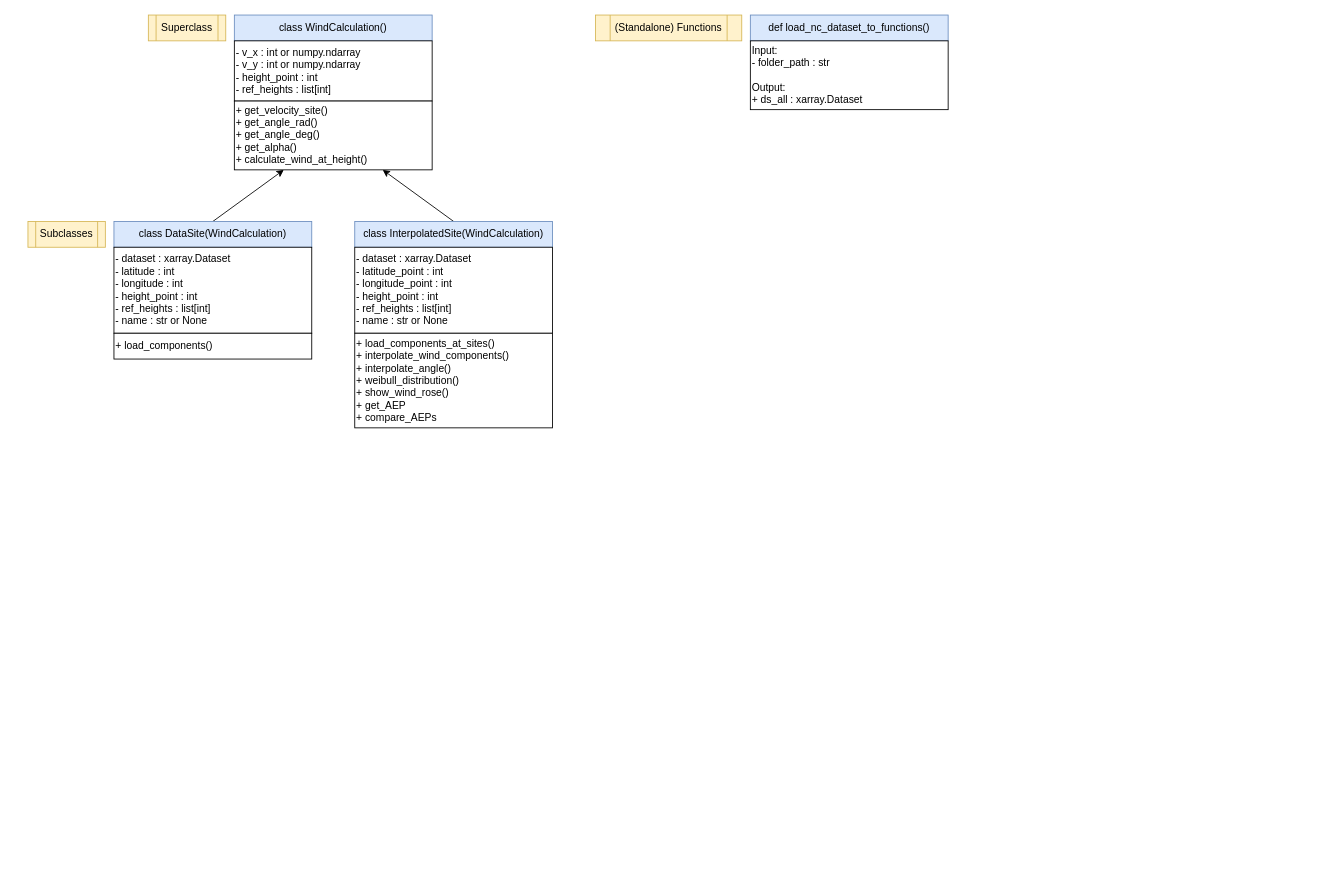
Above: FunctionDiagram.drawio in DTUWindEducation/final-project-grustlers (draw.io), before the change. Source tidied: cells renumbered, new cells numbered last; positions are measured from the earlier drawing's top-left corner, leaving out a move shared by most shapes. Both pictures are drawn from the tidied source at 86%, with x=0, y=0 at pixel (28, 15).
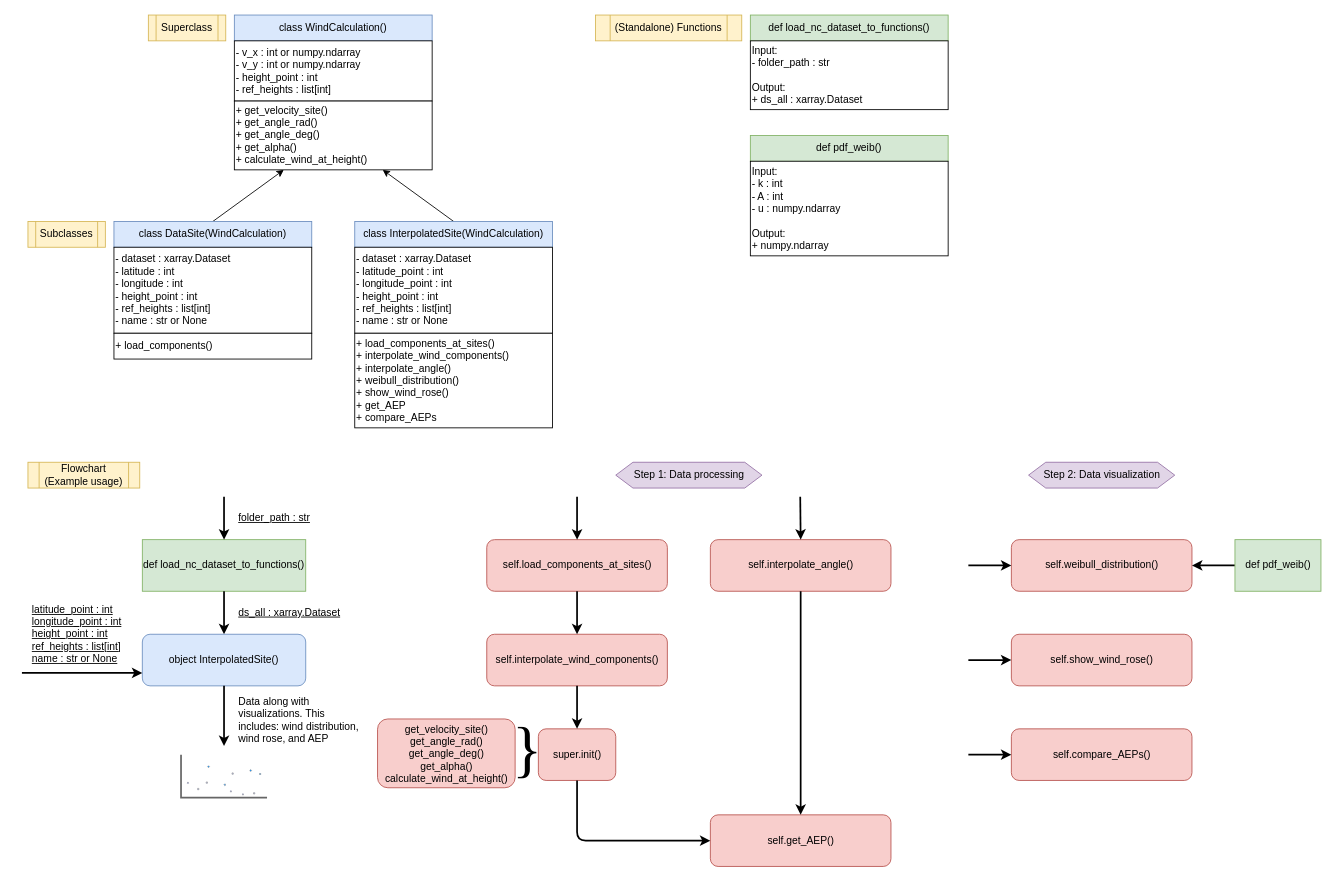
After the change.

Commit message:
Started on the example usage flowchart

Change to the diagram source:
```diff
@@
-    <mxCell id="16" value="def load_nc_dataset_to_functions()" style="rounded=0;whiteSpace=wrap;html=1;fillColor=#dae8fc;strokeColor=#6c8ebf;" parent="1" vertex="1">
+    <mxCell id="16" value="def load_nc_dataset_to_functions()" style="rounded=0;whiteSpace=wrap;html=1;fillColor=#d5e8d4;strokeColor=#82b366;" parent="1" vertex="1">
       <mxGeometry x="840" width="230" height="30" as="geometry" />
     </mxCell>
@@
+    <mxCell id="18" value="def pdf_weib()" style="rounded=0;whiteSpace=wrap;html=1;fillColor=#d5e8d4;strokeColor=#82b366;" parent="1" vertex="1">
+      <mxGeometry x="840" y="140" width="230" height="30" as="geometry" />
+    </mxCell>
+    <mxCell id="19" value="&lt;div&gt;Input:&lt;/div&gt;- k : int&lt;div&gt;&lt;font color=&quot;#000000&quot;&gt;- A : int&lt;/font&gt;&lt;/div&gt;&lt;div&gt;&lt;font color=&quot;#000000&quot;&gt;- u : numpy.ndarray&lt;br&gt;&lt;/font&gt;&lt;div&gt;&lt;br&gt;&lt;/div&gt;&lt;div&gt;Output:&lt;/div&gt;&lt;div&gt;+&amp;nbsp;&lt;span style=&quot;color: rgb(0, 0, 0); background-color: transparent;&quot;&gt;numpy.ndarray&lt;/span&gt;&lt;/div&gt;&lt;/div&gt;" style="rounded=0;whiteSpace=wrap;html=1;align=left;" parent="1" vertex="1">
+      <mxGeometry x="840" y="170" width="230" height="110" as="geometry" />
+    </mxCell>
+    <mxCell id="20" value="Flowchart (Example usage)" style="shape=process;whiteSpace=wrap;html=1;backgroundOutline=1;fillColor=#fff2cc;strokeColor=#d6b656;" parent="1" vertex="1">
+      <mxGeometry y="520" width="130" height="30" as="geometry" />
+    </mxCell>
+    <mxCell id="21" value="def load_nc_dataset_to_functions()" style="rounded=0;whiteSpace=wrap;html=1;fillColor=#d5e8d4;strokeColor=#82b366;" parent="1" vertex="1">
+      <mxGeometry x="133" y="610" width="190" height="60" as="geometry" />
+    </mxCell>
+    <mxCell id="22" style="endArrow=classic;html=1;entryX=0.5;entryY=0;entryDx=0;entryDy=0;strokeWidth=2;" parent="1" edge="1" target="21">
+      <mxGeometry relative="1" as="geometry">
+        <mxPoint x="228" y="560" as="sourcePoint" />
+      </mxGeometry>
+    </mxCell>
+    <mxCell id="23" value="&lt;u&gt;folder_path : str&lt;/u&gt;" style="text;html=1;align=left;verticalAlign=middle;whiteSpace=wrap;rounded=0;" parent="1" vertex="1">
+      <mxGeometry x="243" y="570" width="150" height="30" as="geometry" />
+    </mxCell>
+    <mxCell id="24" style="endArrow=classic;html=1;entryX=0.5;entryY=0;entryDx=0;entryDy=0;strokeWidth=2;exitX=0.5;exitY=1;exitDx=0;exitDy=0;" parent="1" edge="1" source="21" target="26">
+      <mxGeometry relative="1" as="geometry" />
+    </mxCell>
+    <mxCell id="25" value="&lt;u&gt;ds_all : xarray.Dataset&lt;/u&gt;" style="text;html=1;align=left;verticalAlign=middle;whiteSpace=wrap;rounded=0;" parent="1" vertex="1">
+      <mxGeometry x="243" y="680" width="150" height="30" as="geometry" />
+    </mxCell>
+    <mxCell id="26" value="object InterpolatedSite()" style="rounded=1;whiteSpace=wrap;html=1;fillColor=#dae8fc;strokeColor=#6c8ebf;" parent="1" vertex="1">
+      <mxGeometry x="133" y="720" width="190" height="60" as="geometry" />
+    </mxCell>
+    <mxCell id="27" style="endArrow=classic;html=1;entryX=0;entryY=0.75;entryDx=0;entryDy=0;strokeWidth=2;" parent="1" edge="1" target="26">
+      <mxGeometry relative="1" as="geometry">
+        <mxPoint x="-7" y="765" as="sourcePoint" />
+      </mxGeometry>
+    </mxCell>
+    <mxCell id="28" value="&lt;div style=&quot;&quot;&gt;&lt;u&gt;latitude_point : int&lt;/u&gt;&lt;/div&gt;&lt;div style=&quot;&quot;&gt;&lt;u&gt;longitude_point : int&lt;/u&gt;&lt;/div&gt;&lt;span style=&quot;background-color: transparent;&quot;&gt;&lt;u&gt;height_point : int&lt;/u&gt;&lt;/span&gt;&lt;div style=&quot;&quot;&gt;&lt;u&gt;ref_heights : list[int]&lt;/u&gt;&lt;/div&gt;&lt;div style=&quot;&quot;&gt;&lt;u&gt;name : str or None&lt;/u&gt;&lt;/div&gt;" style="text;html=1;align=left;verticalAlign=middle;whiteSpace=wrap;rounded=0;" parent="1" vertex="1">
+      <mxGeometry x="3" y="680" width="120" height="80" as="geometry" />
+    </mxCell>
+    <mxCell id="29" style="endArrow=classic;html=1;strokeWidth=2;exitX=0.5;exitY=1;exitDx=0;exitDy=0;" parent="1" edge="1" source="26">
+      <mxGeometry relative="1" as="geometry">
+        <mxPoint x="228" y="850" as="targetPoint" />
+      </mxGeometry>
+    </mxCell>
+    <mxCell id="30" style="verticalLabelPosition=bottom;shadow=0;dashed=0;align=center;html=1;verticalAlign=top;strokeWidth=1;shape=mxgraph.mockup.graphics.plotChart;strokeColor=none;strokeColor2=#aaaaaa;strokeColor3=#666666;fillColor2=#99aaff,#0022ff,#008cff;" parent="1" vertex="1">
+      <mxGeometry x="178" y="860" width="100" height="50" as="geometry" />
+    </mxCell>
+    <mxCell id="31" value="Data along with visualizations. This includes: wind distribution, wind rose, and AEP" style="text;html=1;align=left;verticalAlign=middle;whiteSpace=wrap;rounded=0;" parent="1" vertex="1">
+      <mxGeometry x="243" y="790" width="150" height="60" as="geometry" />
+    </mxCell>
+    <mxCell id="32" value="self.load_components_at_sites()" style="rounded=1;whiteSpace=wrap;html=1;fillColor=#f8cecc;strokeColor=#b85450;" parent="1" vertex="1">
+      <mxGeometry x="533.5" y="610" width="210" height="60" as="geometry" />
+    </mxCell>
+    <mxCell id="33" value="self.interpolate_wind_components()" style="rounded=1;whiteSpace=wrap;html=1;fillColor=#f8cecc;strokeColor=#b85450;" parent="1" vertex="1">
+      <mxGeometry x="533.5" y="720" width="210" height="60" as="geometry" />
+    </mxCell>
+    <mxCell id="34" value="super.init()" style="rounded=1;whiteSpace=wrap;html=1;fillColor=#f8cecc;strokeColor=#b85450;" parent="1" vertex="1">
+      <mxGeometry x="593.5" y="830" width="90" height="60" as="geometry" />
+    </mxCell>
+    <mxCell id="35" value="self.interpolate_angle()" style="rounded=1;whiteSpace=wrap;html=1;fillColor=#f8cecc;strokeColor=#b85450;" parent="1" vertex="1">
+      <mxGeometry x="793.5" y="610" width="210" height="60" as="geometry" />
+    </mxCell>
+    <mxCell id="36" value="self.weibull_distribution()" style="rounded=1;whiteSpace=wrap;html=1;fillColor=#f8cecc;strokeColor=#b85450;" parent="1" vertex="1">
+      <mxGeometry x="1143.5" y="610" width="210" height="60" as="geometry" />
+    </mxCell>
+    <mxCell id="37" value="self.get_AEP()" style="rounded=1;whiteSpace=wrap;html=1;fillColor=#f8cecc;strokeColor=#b85450;" parent="1" vertex="1">
+      <mxGeometry x="793.5" y="930" width="210" height="60" as="geometry" />
+    </mxCell>
+    <mxCell id="38" value="self.compare_AEPs()" style="rounded=1;whiteSpace=wrap;html=1;fillColor=#f8cecc;strokeColor=#b85450;" parent="1" vertex="1">
+      <mxGeometry x="1143.5" y="830" width="210" height="60" as="geometry" />
+    </mxCell>
+    <mxCell id="39" value="self.show_wind_rose()" style="rounded=1;whiteSpace=wrap;html=1;fillColor=#f8cecc;strokeColor=#b85450;" parent="1" vertex="1">
+      <mxGeometry x="1143.5" y="720" width="210" height="60" as="geometry" />
+    </mxCell>
+    <mxCell id="40" value="Step 1: Data processing" style="shape=hexagon;perimeter=hexagonPerimeter2;whiteSpace=wrap;html=1;fixedSize=1;fillColor=#e1d5e7;strokeColor=#9673a6;" parent="1" vertex="1">
+      <mxGeometry x="683.5" y="520" width="170" height="30" as="geometry" />
+    </mxCell>
+    <mxCell id="41" value="Step 2: Data visualization" style="shape=hexagon;perimeter=hexagonPerimeter2;whiteSpace=wrap;html=1;fixedSize=1;fillColor=#e1d5e7;strokeColor=#9673a6;" parent="1" vertex="1">
+      <mxGeometry x="1163.5" y="520" width="170" height="30" as="geometry" />
+    </mxCell>
+    <mxCell id="42" style="endArrow=classic;html=1;strokeWidth=2;exitX=0.5;exitY=1;exitDx=0;exitDy=0;entryX=0;entryY=0.5;entryDx=0;entryDy=0;" parent="1" edge="1" source="34" target="37">
+      <mxGeometry relative="1" as="geometry">
+        <Array as="points">
+          <mxPoint x="638.5" y="960" />
+        </Array>
+      </mxGeometry>
+    </mxCell>
+    <mxCell id="43" style="endArrow=classic;html=1;strokeWidth=2;exitX=0.5;exitY=1;exitDx=0;exitDy=0;entryX=0.5;entryY=0;entryDx=0;entryDy=0;" parent="1" edge="1" source="35" target="37">
+      <mxGeometry relative="1" as="geometry" />
+    </mxCell>
+    <mxCell id="44" style="endArrow=classic;html=1;entryX=0.5;entryY=0;entryDx=0;entryDy=0;strokeWidth=2;" parent="1" edge="1" target="32">
+      <mxGeometry relative="1" as="geometry">
+        <mxPoint x="638.5" y="560" as="sourcePoint" />
+      </mxGeometry>
+    </mxCell>
+    <mxCell id="45" style="endArrow=classic;html=1;entryX=0.5;entryY=0;entryDx=0;entryDy=0;strokeWidth=2;" parent="1" edge="1" target="35">
+      <mxGeometry relative="1" as="geometry">
+        <mxPoint x="898" y="560" as="sourcePoint" />
+      </mxGeometry>
+    </mxCell>
+    <mxCell id="46" style="endArrow=classic;html=1;entryX=0.5;entryY=0;entryDx=0;entryDy=0;strokeWidth=2;exitX=0.5;exitY=1;exitDx=0;exitDy=0;" parent="1" edge="1" source="32" target="33">
+      <mxGeometry relative="1" as="geometry" />
+    </mxCell>
+    <mxCell id="47" style="endArrow=classic;html=1;entryX=0.5;entryY=0;entryDx=0;entryDy=0;strokeWidth=2;exitX=0.5;exitY=1;exitDx=0;exitDy=0;" parent="1" edge="1" source="33" target="34">
+      <mxGeometry relative="1" as="geometry" />
+    </mxCell>
+    <mxCell id="48" style="endArrow=classic;html=1;entryX=0;entryY=0.5;entryDx=0;entryDy=0;strokeWidth=2;" parent="1" edge="1" target="36">
+      <mxGeometry relative="1" as="geometry">
+        <mxPoint x="1093.5" y="640" as="sourcePoint" />
+      </mxGeometry>
+    </mxCell>
+    <mxCell id="49" style="endArrow=classic;html=1;entryX=0;entryY=0.5;entryDx=0;entryDy=0;strokeWidth=2;" parent="1" edge="1" target="39">
+      <mxGeometry relative="1" as="geometry">
+        <mxPoint x="1093.5" y="750" as="sourcePoint" />
+      </mxGeometry>
+    </mxCell>
+    <mxCell id="50" style="endArrow=classic;html=1;entryX=0;entryY=0.5;entryDx=0;entryDy=0;strokeWidth=2;" parent="1" edge="1" target="38">
+      <mxGeometry relative="1" as="geometry">
+        <mxPoint x="1093.5" y="860" as="sourcePoint" />
+      </mxGeometry>
+    </mxCell>
+    <mxCell id="51" style="endArrow=classic;html=1;entryX=1;entryY=0.5;entryDx=0;entryDy=0;strokeWidth=2;exitX=0;exitY=0.5;exitDx=0;exitDy=0;" parent="1" edge="1" source="52" target="36">
+      <mxGeometry relative="1" as="geometry" />
+    </mxCell>
+    <mxCell id="52" value="def pdf_weib()" style="rounded=0;whiteSpace=wrap;html=1;fillColor=#d5e8d4;strokeColor=#82b366;" parent="1" vertex="1">
+      <mxGeometry x="1403.5" y="610" width="100" height="60" as="geometry" />
+    </mxCell>
+    <mxCell id="53" value="&lt;span style=&quot;color: rgb(0, 0, 0);&quot;&gt;get_velocity_site()&lt;/span&gt;&lt;div style=&quot;&quot;&gt;get_angle_rad()&lt;/div&gt;&lt;div style=&quot;&quot;&gt;get_angle_deg()&lt;/div&gt;&lt;div style=&quot;&quot;&gt;get_alpha()&lt;/div&gt;&lt;div style=&quot;&quot;&gt;calculate_wind_at_height()&lt;/div&gt;" style="rounded=1;whiteSpace=wrap;html=1;fillColor=#f8cecc;strokeColor=#b85450;align=center;" parent="1" vertex="1">
+      <mxGeometry x="406.5" y="818.5" width="160" height="80" as="geometry" />
+    </mxCell>
+    <mxCell id="54" value="&lt;font style=&quot;font-size: 72px;&quot;&gt;}&lt;/font&gt;" style="text;html=1;align=center;verticalAlign=middle;whiteSpace=wrap;rounded=0;fontStyle=0;fontFamily=Times New Roman;" parent="1" vertex="1">
+      <mxGeometry x="550.5" y="813.5" width="60" height="80" as="geometry" />
+    </mxCell>
```
